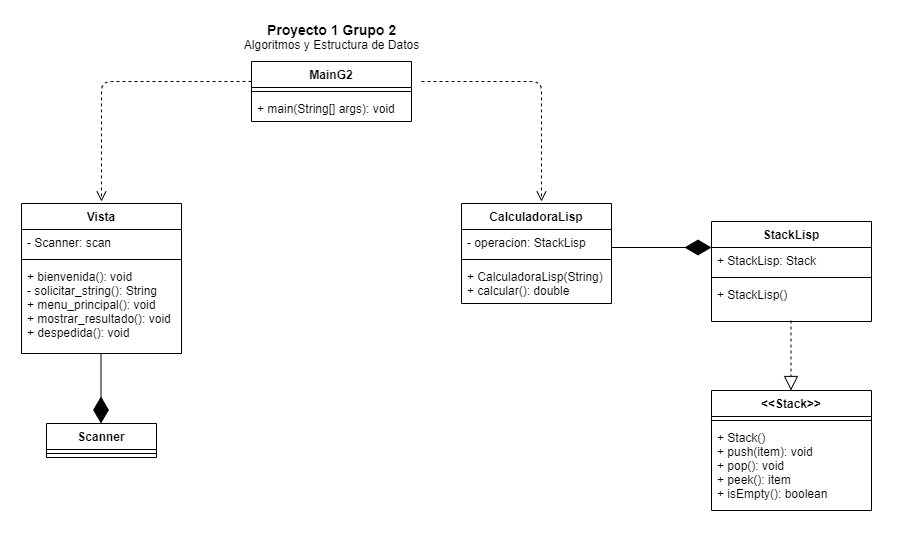
Earlier version of the draw.io export UML.png (JDgomez2002/Proy1_G2). Source tidied: cells renumbered, new cells last; positions are measured from the earlier drawing's top-left corner, leaving out a move shared by most shapes.
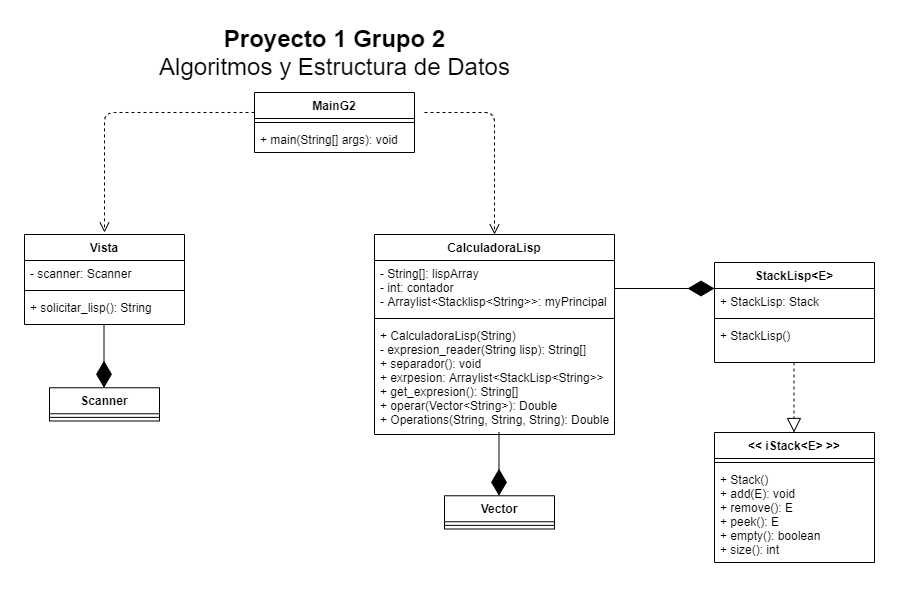
After the commit.

The edit, as a diff of the source:
```diff
@@ -12,28 +12,28 @@
       <mxGeometry y="34" width="160" height="26" as="geometry" />
     </mxCell>
     <mxCell id="5" value="Vista" style="swimlane;fontStyle=1;align=center;verticalAlign=top;horizontal=1;startSize=26;" parent="1" vertex="1">
-      <mxGeometry y="182" width="160" height="150" as="geometry" />
+      <mxGeometry y="182" width="160" height="90" as="geometry" />
     </mxCell>
-    <mxCell id="6" value="- Scanner: scan" style="text;strokeColor=none;fillColor=none;align=left;verticalAlign=top;spacingLeft=4;spacingRight=4;overflow=hidden;" parent="5" vertex="1">
+    <mxCell id="6" value="- scanner: Scanner" style="text;strokeColor=none;fillColor=none;align=left;verticalAlign=top;spacingLeft=4;spacingRight=4;overflow=hidden;" parent="5" vertex="1">
       <mxGeometry y="26" width="160" height="26" as="geometry" />
     </mxCell>
     <mxCell id="7" style="line;strokeWidth=1;fillColor=none;align=left;verticalAlign=middle;spacingTop=-1;spacingLeft=3;spacingRight=3;labelPosition=right;" parent="5" vertex="1">
       <mxGeometry y="52" width="160" height="8" as="geometry" />
     </mxCell>
-    <mxCell id="8" value="+ bienvenida(): void&#10;- solicitar_string(): String&#10;+ menu_principal(): void&#10;+ mostrar_resultado(): void&#10;+ despedida(): void" style="text;strokeColor=none;fillColor=none;align=left;verticalAlign=top;spacingLeft=4;spacingRight=4;overflow=hidden;" parent="5" vertex="1">
-      <mxGeometry y="60" width="160" height="90" as="geometry" />
+    <mxCell id="8" value="+ solicitar_lisp(): String" style="text;strokeColor=none;fillColor=none;align=left;verticalAlign=top;spacingLeft=4;spacingRight=4;overflow=hidden;" parent="5" vertex="1">
+      <mxGeometry y="60" width="160" height="30" as="geometry" />
     </mxCell>
     <mxCell id="9" value="CalculadoraLisp" style="swimlane;fontStyle=1;align=center;verticalAlign=top;horizontal=1;startSize=26;" parent="1" vertex="1">
-      <mxGeometry x="440" y="182" width="150" height="100" as="geometry" />
+      <mxGeometry x="350" y="182" width="240" height="200" as="geometry" />
     </mxCell>
-    <mxCell id="10" value="- operacion: StackLisp" style="text;strokeColor=none;fillColor=none;align=left;verticalAlign=top;spacingLeft=4;spacingRight=4;overflow=hidden;" parent="9" vertex="1">
-      <mxGeometry y="26" width="150" height="26" as="geometry" />
+    <mxCell id="10" value="- String[]: lispArray&#10;- int: contador&#10;- Arraylist&lt;Stacklisp&lt;String&gt;&gt;: myPrincipal" style="text;strokeColor=none;fillColor=none;align=left;verticalAlign=top;spacingLeft=4;spacingRight=4;overflow=hidden;" parent="9" vertex="1">
+      <mxGeometry y="26" width="240" height="54" as="geometry" />
     </mxCell>
     <mxCell id="11" style="line;strokeWidth=1;fillColor=none;align=left;verticalAlign=middle;spacingTop=-1;spacingLeft=3;spacingRight=3;labelPosition=right;" parent="9" vertex="1">
-      <mxGeometry y="52" width="150" height="8" as="geometry" />
+      <mxGeometry y="80" width="240" height="8" as="geometry" />
     </mxCell>
-    <mxCell id="12" value="+ CalculadoraLisp(String)&#10;+ calcular(): double&#10;" style="text;strokeColor=none;fillColor=none;align=left;verticalAlign=top;spacingLeft=4;spacingRight=4;overflow=hidden;" parent="9" vertex="1">
-      <mxGeometry y="60" width="150" height="40" as="geometry" />
+    <mxCell id="12" value="+ CalculadoraLisp(String)&#10;- expresion_reader(String lisp): String[]&#10;+ separador(): void&#10;+ exrpesion: Arraylist&lt;StackLisp&lt;String&gt;&gt;&#10;+ get_expresion(): String[]&#10;+ operar(Vector&lt;String&gt;): Double&#10;+ Operations(String, String, String): Double&#10;&#10;" style="text;strokeColor=none;fillColor=none;align=left;verticalAlign=top;spacingLeft=4;spacingRight=4;overflow=hidden;" parent="9" vertex="1">
+      <mxGeometry y="88" width="240" height="112" as="geometry" />
     </mxCell>
     <mxCell id="13" style="html=1;verticalAlign=bottom;endArrow=open;dashed=1;endSize=8;exitX=0;exitY=0.333;exitDx=0;exitDy=0;exitPerimeter=0;" parent="1" edge="1" source="2">
       <mxGeometry relative="1" as="geometry">
@@ -43,38 +43,34 @@
         </Array>
       </mxGeometry>
     </mxCell>
-    <mxCell id="14" style="html=1;verticalAlign=bottom;endArrow=open;dashed=1;endSize=8;" parent="1" edge="1">
+    <mxCell id="14" style="html=1;verticalAlign=bottom;endArrow=open;dashed=1;endSize=8;entryX=0.5;entryY=0;entryDx=0;entryDy=0;" parent="1" edge="1" target="9">
       <mxGeometry relative="1" as="geometry">
         <mxPoint x="400" y="60" as="sourcePoint" />
-        <mxPoint x="520" y="180" as="targetPoint" />
         <Array as="points">
-          <mxPoint x="520" y="60" />
+          <mxPoint x="470" y="60" />
         </Array>
       </mxGeometry>
     </mxCell>
     <mxCell id="15" style="group;" parent="1" vertex="1">
-      <mxGeometry x="25" y="332" width="110" height="104" as="geometry" />
+      <mxGeometry x="25" y="272" width="110" height="94" as="geometry" />
     </mxCell>
     <mxCell id="16" value="Scanner" style="swimlane;fontStyle=1;align=center;verticalAlign=top;horizontal=1;startSize=26;" parent="15" vertex="1">
-      <mxGeometry y="70" width="110" height="34" as="geometry" />
+      <mxGeometry y="63.3" width="110" height="33.2" as="geometry" />
     </mxCell>
     <mxCell id="17" style="line;strokeWidth=1;fillColor=none;align=left;verticalAlign=middle;spacingTop=-1;spacingLeft=3;spacingRight=3;labelPosition=right;" parent="16" vertex="1">
-      <mxGeometry y="26" width="110" height="8" as="geometry" />
+      <mxGeometry y="26" width="110" height="7.2" as="geometry" />
     </mxCell>
     <mxCell id="18" style="endArrow=diamondThin;endFill=1;endSize=24;html=1;" parent="15" edge="1">
       <mxGeometry relative="1" as="geometry">
         <mxPoint x="54.5" as="sourcePoint" />
-        <mxPoint x="54.5" y="70" as="targetPoint" />
+        <mxPoint x="54.5" y="63.3" as="targetPoint" />
       </mxGeometry>
     </mxCell>
-    <mxCell id="19" value="&lt;font style=&quot;font-size: 14px&quot;&gt;&lt;b&gt;Proyecto 1 Grupo 2&lt;/b&gt;&lt;/font&gt;&lt;br&gt;Algoritmos y Estructura de Datos" style="text;html=1;align=center;verticalAlign=middle;" parent="1" vertex="1">
-      <mxGeometry x="215" width="190" height="30" as="geometry" />
+    <mxCell id="19" value="&lt;font style=&quot;font-size: 24px&quot;&gt;&lt;font&gt;&lt;b&gt;Proyecto 1 Grupo 2&lt;/b&gt;&lt;/font&gt;&lt;br&gt;Algoritmos y Estructura de Datos&lt;/font&gt;" style="text;html=1;align=center;verticalAlign=middle;" parent="1" vertex="1">
+      <mxGeometry x="125" y="-20" width="370" height="40" as="geometry" />
     </mxCell>
-    <mxCell id="20" style="group;" parent="1" vertex="1">
-      <mxGeometry x="590" y="200" width="260" height="289" as="geometry" />
-    </mxCell>
-    <mxCell id="21" value="StackLisp" style="swimlane;fontStyle=1;align=center;verticalAlign=top;horizontal=1;startSize=26;" parent="20" vertex="1">
-      <mxGeometry x="100" width="160" height="100" as="geometry" />
+    <mxCell id="21" value="StackLisp&lt;E&gt;" style="swimlane;fontStyle=1;align=center;verticalAlign=top;horizontal=1;startSize=26;" parent="1" vertex="1">
+      <mxGeometry x="690" y="210" width="160" height="100" as="geometry" />
     </mxCell>
     <mxCell id="22" value="+ StackLisp: Stack" style="text;strokeColor=none;fillColor=none;align=left;verticalAlign=top;spacingLeft=4;spacingRight=4;overflow=hidden;" parent="21" vertex="1">
       <mxGeometry y="26" width="160" height="26" as="geometry" />
@@ -82,20 +78,20 @@
     <mxCell id="23" style="line;strokeWidth=1;fillColor=none;align=left;verticalAlign=middle;spacingTop=-1;spacingLeft=3;spacingRight=3;labelPosition=right;" parent="21" vertex="1">
       <mxGeometry y="52" width="160" height="8" as="geometry" />
     </mxCell>
-    <mxCell id="24" value="+ StackLisp()" style="text;strokeColor=none;fillColor=none;align=left;verticalAlign=top;spacingLeft=4;spacingRight=4;overflow=hidden;" parent="21" vertex="1">
+    <mxCell id="24" value="+ StackLisp()&#10;" style="text;strokeColor=none;fillColor=none;align=left;verticalAlign=top;spacingLeft=4;spacingRight=4;overflow=hidden;" parent="21" vertex="1">
       <mxGeometry y="60" width="160" height="40" as="geometry" />
     </mxCell>
-    <mxCell id="25" style="group;" parent="20" vertex="1">
-      <mxGeometry x="100" y="99" width="160" height="190" as="geometry" />
+    <mxCell id="25" style="group;" parent="1" vertex="1">
+      <mxGeometry x="690" y="310" width="160" height="200" as="geometry" />
     </mxCell>
-    <mxCell id="26" value="&lt;&lt;Stack&gt;&gt;" style="swimlane;fontStyle=1;align=center;verticalAlign=top;horizontal=1;startSize=26;" parent="25" vertex="1">
-      <mxGeometry y="70" width="160" height="120" as="geometry" />
+    <mxCell id="26" value="&lt;&lt; iStack&lt;E&gt; &gt;&gt;" style="swimlane;fontStyle=1;align=center;verticalAlign=top;horizontal=1;startSize=26;" parent="25" vertex="1">
+      <mxGeometry y="70" width="160" height="130" as="geometry" />
     </mxCell>
     <mxCell id="27" style="line;strokeWidth=1;fillColor=none;align=left;verticalAlign=middle;spacingTop=-1;spacingLeft=3;spacingRight=3;labelPosition=right;" parent="26" vertex="1">
       <mxGeometry y="26" width="160" height="8" as="geometry" />
     </mxCell>
-    <mxCell id="28" value="+ Stack()&#10;+ push(item): void&#10;+ pop(): void&#10;+ peek(): item&#10;+ isEmpty(): boolean" style="text;strokeColor=none;fillColor=none;align=left;verticalAlign=top;spacingLeft=4;spacingRight=4;overflow=hidden;" parent="26" vertex="1">
-      <mxGeometry y="34" width="160" height="86" as="geometry" />
+    <mxCell id="28" value="+ Stack()&#10;+ add(E): void&#10;+ remove(): E&#10;+ peek(): E&#10;+ empty(): boolean&#10;+ size(): int" style="text;strokeColor=none;fillColor=none;align=left;verticalAlign=top;spacingLeft=4;spacingRight=4;overflow=hidden;" parent="26" vertex="1">
+      <mxGeometry y="34" width="160" height="96" as="geometry" />
     </mxCell>
     <mxCell id="29" style="endArrow=block;dashed=1;endFill=0;endSize=12;html=1;" parent="25" edge="1">
       <mxGeometry relative="1" as="geometry">
@@ -103,11 +99,26 @@
         <mxPoint x="79.5" y="70" as="targetPoint" />
       </mxGeometry>
     </mxCell>
-    <mxCell id="30" style="endArrow=diamondThin;endFill=1;endSize=24;html=1;" parent="20" edge="1">
-      <mxGeometry relative="1" as="geometry">
-        <mxPoint y="26" as="sourcePoint" />
-        <mxPoint x="100" y="26" as="targetPoint" />
+    <mxCell id="30" style="endArrow=diamondThin;endFill=1;endSize=24;html=1;" parent="1" edge="1">
+      <mxGeometry x="830" y="390" as="geometry">
+        <mxPoint x="590" y="236" as="sourcePoint" />
+        <mxPoint x="690" y="236" as="targetPoint" />
       </mxGeometry>
     </mxCell>
+    <mxCell id="31" style="group;" parent="1" vertex="1">
+      <mxGeometry x="420" y="380" width="110" height="94" as="geometry" />
+    </mxCell>
+    <mxCell id="32" value="Vector" style="swimlane;fontStyle=1;align=center;verticalAlign=top;horizontal=1;startSize=26;" parent="31" vertex="1">
+      <mxGeometry y="63.3" width="110" height="33.2" as="geometry" />
+    </mxCell>
+    <mxCell id="33" style="line;strokeWidth=1;fillColor=none;align=left;verticalAlign=middle;spacingTop=-1;spacingLeft=3;spacingRight=3;labelPosition=right;" parent="32" vertex="1">
+      <mxGeometry y="26" width="110" height="7.2" as="geometry" />
+    </mxCell>
+    <mxCell id="34" style="endArrow=diamondThin;endFill=1;endSize=24;html=1;" parent="31" edge="1">
+      <mxGeometry relative="1" as="geometry">
+        <mxPoint x="54.5" as="sourcePoint" />
+        <mxPoint x="54.5" y="63.3" as="targetPoint" />
+      </mxGeometry>
+    </mxCell>
   </root>
 </mxGraphModel>
```
